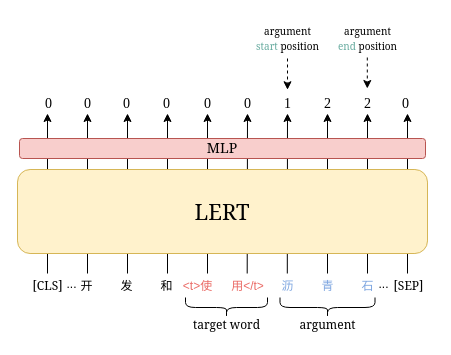
This is 子任务2.drawio from cocoWang0518/12345, a draw.io file, before an edit. Source tidied: cells renumbered, new cells numbered last; positions are measured from the earlier drawing's top-left corner, leaving out a move shared by most shapes. Both pictures are drawn from the tidied source at 100%, with x=0, y=0 at pixel (17, 17).
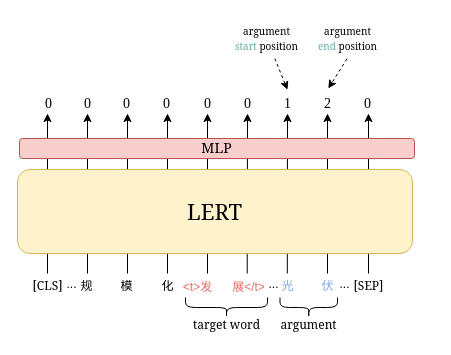
The same diagram, later.

Commit message:
更新子任务2.drawio

The edit, as a diff of the source:
```diff
@@
-    <mxCell id="6" style="endArrow=classic;html=1;rounded=0;" parent="1" edge="1">
-      <mxGeometry relative="1" as="geometry">
-        <mxPoint x="350" y="256" as="sourcePoint" />
-        <mxPoint x="350" y="96" as="targetPoint" />
-      </mxGeometry>
-    </mxCell>
@@
-    <mxCell id="8" value="&lt;font color=&quot;#ea6b66&quot; face=&quot;宋体-简&quot;&gt;&amp;lt;t&amp;gt;使&lt;/font&gt;" style="text;html=1;align=center;verticalAlign=middle;strokeColor=none;fillColor=none;" parent="1" vertex="1">
-      <mxGeometry x="150" y="254" width="60" height="30" as="geometry" />
+    <mxCell id="8" value="&lt;font color=&quot;#ea6b66&quot; face=&quot;宋体-简&quot;&gt;&amp;lt;t&amp;gt;发&lt;/font&gt;" style="text;html=1;align=center;verticalAlign=middle;strokeColor=none;fillColor=none;" parent="1" vertex="1">
+      <mxGeometry x="154" y="256" width="52" height="27" as="geometry" />
     </mxCell>
-    <mxCell id="9" value="&lt;font color=&quot;#ea6b66&quot; face=&quot;宋体-简&quot;&gt;用&amp;lt;/t&amp;gt;&lt;/font&gt;" style="text;html=1;align=center;verticalAlign=middle;strokeColor=none;fillColor=none;" parent="1" vertex="1">
-      <mxGeometry x="200" y="254" width="60" height="30" as="geometry" />
+    <mxCell id="9" value="&lt;font color=&quot;#ea6b66&quot; face=&quot;宋体-简&quot;&gt;展&amp;lt;/t&amp;gt;&lt;/font&gt;" style="text;html=1;align=center;verticalAlign=middle;strokeColor=none;fillColor=none;" parent="1" vertex="1">
+      <mxGeometry x="202" y="256" width="57" height="27" as="geometry" />
     </mxCell>
@@
-    <mxCell id="11" value="&lt;font color=&quot;#7ea6e0&quot;&gt;沥&lt;/font&gt;" style="text;html=1;align=center;verticalAlign=middle;strokeColor=none;fillColor=none;fontFamily=宋体-简;" parent="1" vertex="1">
+    <mxCell id="11" value="&lt;font color=&quot;#7ea6e0&quot;&gt;光&lt;/font&gt;" style="text;html=1;align=center;verticalAlign=middle;strokeColor=none;fillColor=none;fontFamily=宋体-简;" parent="1" vertex="1">
       <mxGeometry x="255" y="256" width="30" height="26" as="geometry" />
     </mxCell>
-    <mxCell id="12" value="&lt;font color=&quot;#7ea6e0&quot;&gt;青&lt;/font&gt;" style="text;html=1;align=center;verticalAlign=middle;strokeColor=none;fillColor=none;fontFamily=宋体-简;" parent="1" vertex="1">
+    <mxCell id="12" value="&lt;font color=&quot;#7ea6e0&quot;&gt;伏&lt;/font&gt;" style="text;html=1;align=center;verticalAlign=middle;strokeColor=none;fillColor=none;fontFamily=宋体-简;" parent="1" vertex="1">
       <mxGeometry x="295" y="256" width="30" height="26" as="geometry" />
     </mxCell>
-    <mxCell id="13" value="&lt;font color=&quot;#7ea6e0&quot;&gt;石&lt;/font&gt;" style="text;html=1;align=center;verticalAlign=middle;strokeColor=none;fillColor=none;fontFamily=宋体-简;" parent="1" vertex="1">
-      <mxGeometry x="335" y="256" width="30" height="26" as="geometry" />
-    </mxCell>
@@
-    <mxCell id="15" value="开" style="text;html=1;align=center;verticalAlign=middle;strokeColor=none;fillColor=none;fontFamily=宋体-简;" parent="1" vertex="1">
-      <mxGeometry x="49" y="254" width="40" height="30" as="geometry" />
+    <mxCell id="15" value="规" style="text;html=1;align=center;verticalAlign=middle;strokeColor=none;fillColor=none;fontFamily=宋体-简;" parent="1" vertex="1">
+      <mxGeometry x="54" y="256" width="30" height="26" as="geometry" />
     </mxCell>
-    <mxCell id="16" value="发" style="text;html=1;align=center;verticalAlign=middle;strokeColor=none;fillColor=none;fontFamily=宋体-简;" parent="1" vertex="1">
-      <mxGeometry x="89" y="254" width="40" height="30" as="geometry" />
+    <mxCell id="16" value="模" style="text;html=1;align=center;verticalAlign=middle;strokeColor=none;fillColor=none;fontFamily=宋体-简;" parent="1" vertex="1">
+      <mxGeometry x="94" y="256" width="30" height="26" as="geometry" />
     </mxCell>
-    <mxCell id="17" value="和" style="text;html=1;align=center;verticalAlign=middle;strokeColor=none;fillColor=none;fontFamily=宋体-简;" parent="1" vertex="1">
-      <mxGeometry x="129" y="254" width="40" height="30" as="geometry" />
+    <mxCell id="17" value="化" style="text;html=1;align=center;verticalAlign=middle;strokeColor=none;fillColor=none;fontFamily=宋体-简;" parent="1" vertex="1">
+      <mxGeometry x="135" y="256" width="30" height="26" as="geometry" />
     </mxCell>
     <mxCell id="18" style="endArrow=classic;html=1;rounded=0;" parent="1" edge="1">
       <mxGeometry relative="1" as="geometry">
-        <mxPoint x="390" y="256" as="sourcePoint" />
-        <mxPoint x="390" y="96" as="targetPoint" />
+        <mxPoint x="351" y="256" as="sourcePoint" />
+        <mxPoint x="351" y="96" as="targetPoint" />
       </mxGeometry>
     </mxCell>
@@
     <mxCell id="20" value="&lt;font face=&quot;Georgia&quot;&gt;[SEP]&lt;/font&gt;" style="text;html=1;align=center;verticalAlign=middle;strokeColor=none;fillColor=none;" parent="1" vertex="1">
-      <mxGeometry x="366" y="254" width="50" height="30" as="geometry" />
+      <mxGeometry x="326" y="254" width="50" height="30" as="geometry" />
     </mxCell>
     <mxCell id="21" value="..." style="text;html=1;align=center;verticalAlign=middle;strokeColor=none;fillColor=none;" parent="1" vertex="1">
-      <mxGeometry x="352" y="254" width="28" height="26" as="geometry" />
+      <mxGeometry x="313" y="254" width="28" height="26" as="geometry" />
     </mxCell>
@@
     <mxCell id="24" value="&lt;font style=&quot;font-size: 22px;&quot; face=&quot;Georgia&quot;&gt;LERT&lt;/font&gt;" style="rounded=1;whiteSpace=wrap;html=1;fillColor=#fff2cc;strokeColor=#d6b656;" parent="1" vertex="1">
-      <mxGeometry y="152" width="410" height="84" as="geometry" />
+      <mxGeometry y="152" width="395" height="84" as="geometry" />
     </mxCell>
     <mxCell id="25" style="shape=curlyBracket;whiteSpace=wrap;html=1;rounded=1;flipH=1;labelPosition=right;verticalLabelPosition=middle;align=left;verticalAlign=middle;direction=north;" parent="1" vertex="1">
-      <mxGeometry x="262.5" y="280" width="95" height="20" as="geometry" />
+      <mxGeometry x="262.5" y="280" width="57.5" height="20" as="geometry" />
     </mxCell>
     <mxCell id="26" value="&lt;font face=&quot;Georgia&quot;&gt;argument&lt;/font&gt;" style="text;html=1;align=center;verticalAlign=middle;strokeColor=none;fillColor=none;" parent="1" vertex="1">
-      <mxGeometry x="275" y="295" width="70" height="26" as="geometry" />
+      <mxGeometry x="256.2" y="295" width="70" height="26" as="geometry" />
     </mxCell>
@@
-    <mxCell id="37" value="&lt;font face=&quot;Times New Roman&quot; style=&quot;font-size: 14px;&quot;&gt;2&lt;/font&gt;" style="text;html=1;align=center;verticalAlign=middle;strokeColor=none;fillColor=none;fontSize=14;" parent="1" vertex="1">
-      <mxGeometry x="337.5" y="71" width="25" height="29" as="geometry" />
-    </mxCell>
     <mxCell id="38" value="&lt;font face=&quot;Times New Roman&quot; style=&quot;font-size: 14px;&quot;&gt;0&lt;/font&gt;" style="text;html=1;align=center;verticalAlign=middle;strokeColor=none;fillColor=none;fontSize=14;" parent="1" vertex="1">
-      <mxGeometry x="375" y="71" width="25" height="29" as="geometry" />
+      <mxGeometry x="337" y="71" width="25" height="29" as="geometry" />
     </mxCell>
     <mxCell id="39" value="&lt;font style=&quot;font-size: 14px;&quot; face=&quot;Georgia&quot;&gt;MLP&lt;/font&gt;" style="rounded=1;whiteSpace=wrap;html=1;fillColor=#f8cecc;strokeColor=#b85450;" parent="1" vertex="1">
-      <mxGeometry x="2" y="121" width="406" height="20" as="geometry" />
+      <mxGeometry x="2" y="121" width="395" height="20" as="geometry" />
     </mxCell>
     <mxCell id="40" value="&lt;font style=&quot;font-size: 10px;&quot; face=&quot;Georgia&quot;&gt;argument&lt;br&gt;&lt;font color=&quot;#67ab9f&quot;&gt;start&lt;/font&gt; position&lt;/font&gt;" style="text;html=1;align=center;verticalAlign=middle;points=[];strokeColor=none;fillColor=none;" parent="1" vertex="1">
-      <mxGeometry x="231.5" width="77" height="41" as="geometry" />
+      <mxGeometry x="210.5" width="77" height="41" as="geometry" />
     </mxCell>
     <mxCell id="41" value="&lt;font style=&quot;font-size: 10px;&quot; face=&quot;Georgia&quot;&gt;argument&lt;br&gt;&lt;font color=&quot;#67ab9f&quot;&gt;end&lt;/font&gt; position&lt;/font&gt;" style="text;html=1;align=center;verticalAlign=middle;points=[];strokeColor=none;fillColor=none;" parent="1" vertex="1">
-      <mxGeometry x="313.5" width="73" height="41" as="geometry" />
+      <mxGeometry x="293.5" width="73" height="41" as="geometry" />
     </mxCell>
@@
-    <mxCell id="43" style="endArrow=classic;html=1;rounded=0;entryX=0.5;entryY=0.043;entryDx=0;entryDy=0;entryPerimeter=0;dashed=1;" parent="1" edge="1">
+    <mxCell id="43" style="endArrow=classic;html=1;rounded=0;entryX=0.5;entryY=0.043;entryDx=0;entryDy=0;entryPerimeter=0;dashed=1;exitX=0.492;exitY=1.009;exitDx=0;exitDy=0;exitPerimeter=0;" parent="1" edge="1" source="41">
       <mxGeometry relative="1" as="geometry">
-        <mxPoint x="349.8" y="40" as="sourcePoint" />
-        <mxPoint x="349.8" y="71" as="targetPoint" />
+        <mxPoint x="310.8" y="71" as="targetPoint" />
       </mxGeometry>
     </mxCell>
+    <mxCell id="44" value="..." style="text;html=1;align=center;verticalAlign=middle;strokeColor=none;fillColor=none;" parent="1" vertex="1">
+      <mxGeometry x="242" y="254" width="28" height="26" as="geometry" />
+    </mxCell>
```
